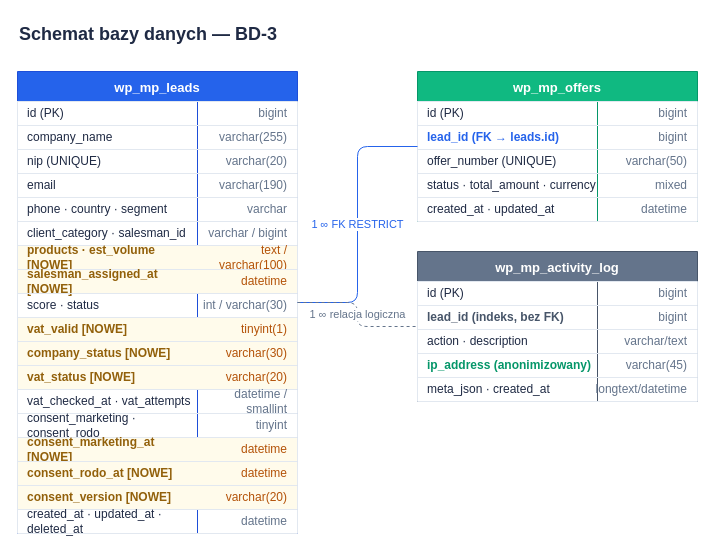
The draw.io diagram paczka-klienta/materialy/schemat-bazy-danych.drawio in krzysiek2115op/egzamin-koncowy, before the edit. Source tidied: cells renumbered, new cells numbered last; positions are measured from the earlier drawing's top-left corner, leaving out a move shared by most shapes. Both pictures are drawn from the tidied source at 100%, with x=0, y=0 at pixel (17, 17).
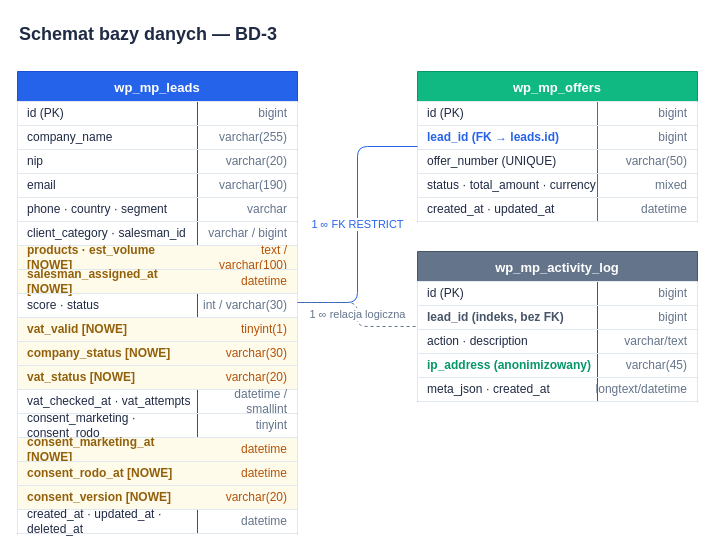
The same page after the edit.

Commit message (it also covers changes not shown here):
fix: domknąć deinstalację (brakujący cron hook) + zsynchronizować diagramy z realnym schematem

Unchanged cells that the change refers to:
```xml
<mxCell id="10" style="shape=tableRow;horizontal=0;startSize=0;swimlaneHead=0;swimlaneBody=0;fillColor=none;strokeColor=#e2e8f0;" parent="3" vertex="1">
  <mxGeometry y="78" width="280" height="24" as="geometry" />
</mxCell>
```

The edit, as a diff of the source:
```diff
@@
-    <mxCell id="11" value="nip (UNIQUE)" style="shape=partialRectangle;html=1;whiteSpace=wrap;fillColor=none;strokeColor=none;align=left;spacingLeft=8;fontColor=#1f2a44;" parent="10" vertex="1">
+    <mxCell id="11" value="nip" style="shape=partialRectangle;html=1;whiteSpace=wrap;fillColor=none;strokeColor=none;align=left;spacingLeft=8;fontColor=#1f2a44;" parent="10" vertex="1">
       <mxGeometry width="180" height="24" as="geometry" />
     </mxCell>
```
